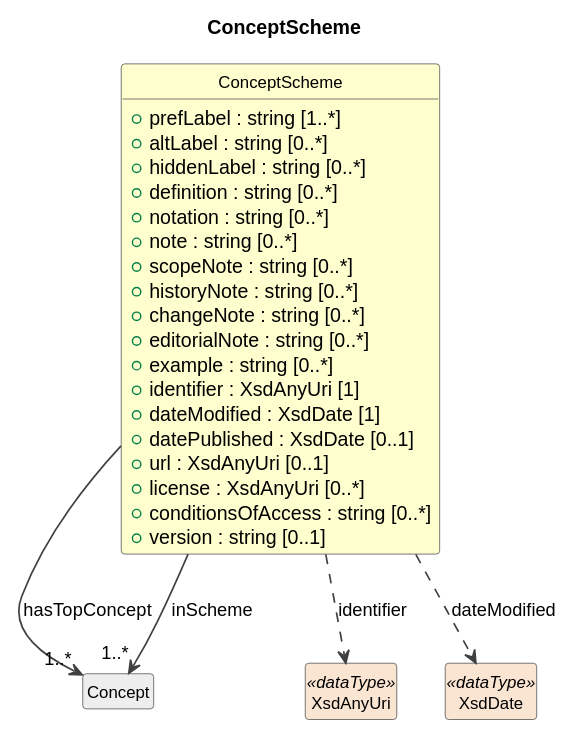
Earlier version of the PlantUML export build/plantuml/cdifCodelist/Classes/ConceptScheme.svg (Cross-Domain-Interoperability-Framework/metadataBuildingBlocks). Source of this version:
```plantuml
@startuml
title ConceptScheme
hide circle
hide empty members
skinparam shadowing false
skinparam ArrowThickness 1.2
skinparam class {
  ArrowColor #404040
  BorderColor #404040
  FontSize 12
}

class "ConceptScheme" as ConceptScheme #FEFECE {
  +prefLabel : string [1..*]
  +altLabel : string [0..*]
  +hiddenLabel : string [0..*]
  +definition : string [0..*]
  +notation : string [0..*]
  +note : string [0..*]
  +scopeNote : string [0..*]
  +historyNote : string [0..*]
  +changeNote : string [0..*]
  +editorialNote : string [0..*]
  +example : string [0..*]
  +identifier : XsdAnyUri [1]
  +dateModified : XsdDate [1]
  +datePublished : XsdDate [0..1]
  +url : XsdAnyUri [0..1]
  +license : XsdAnyUri [0..*]
  +conditionsOfAccess : string [0..*]
  +version : string [0..1]
}
class "Concept" as Concept #EEEEEE
ConceptScheme --> "1..*" Concept : hasTopConcept
Concept "1..*" <-- ConceptScheme : inScheme
class "XsdAnyUri" as XsdAnyUri <<dataType>> #FAE5D3
ConceptScheme ..> XsdAnyUri : identifier
class "XsdDate" as XsdDate <<dataType>> #FAE5D3
ConceptScheme ..> XsdDate : dateModified
@enduml
```
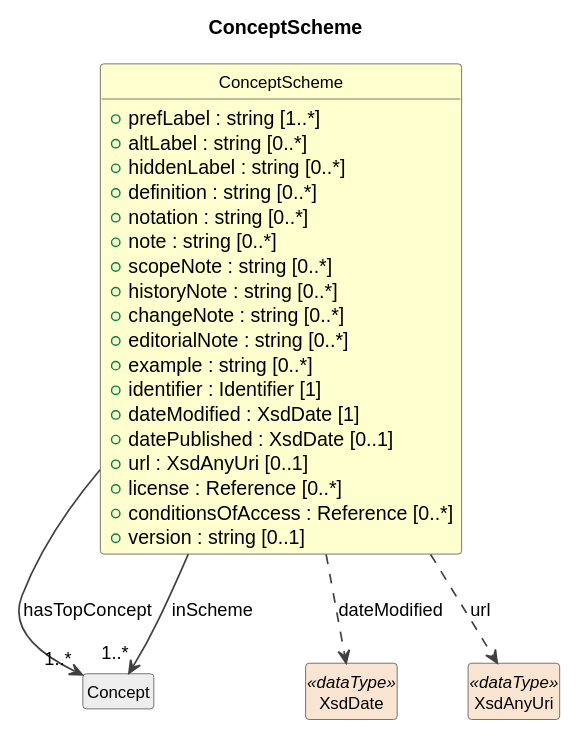
After the commit.

What changed in the source:
```diff
@@ -22,19 +22,19 @@
   +changeNote : string [0..*]
   +editorialNote : string [0..*]
   +example : string [0..*]
-  +identifier : XsdAnyUri [1]
+  +identifier : Identifier [1]
   +dateModified : XsdDate [1]
   +datePublished : XsdDate [0..1]
   +url : XsdAnyUri [0..1]
-  +license : XsdAnyUri [0..*]
-  +conditionsOfAccess : string [0..*]
+  +license : Reference [0..*]
+  +conditionsOfAccess : Reference [0..*]
   +version : string [0..1]
 }
 class "Concept" as Concept #EEEEEE
 ConceptScheme --> "1..*" Concept : hasTopConcept
 Concept "1..*" <-- ConceptScheme : inScheme
-class "XsdAnyUri" as XsdAnyUri <<dataType>> #FAE5D3
-ConceptScheme ..> XsdAnyUri : identifier
 class "XsdDate" as XsdDate <<dataType>> #FAE5D3
 ConceptScheme ..> XsdDate : dateModified
+class "XsdAnyUri" as XsdAnyUri <<dataType>> #FAE5D3
+ConceptScheme ..> XsdAnyUri : url
 @enduml
```
